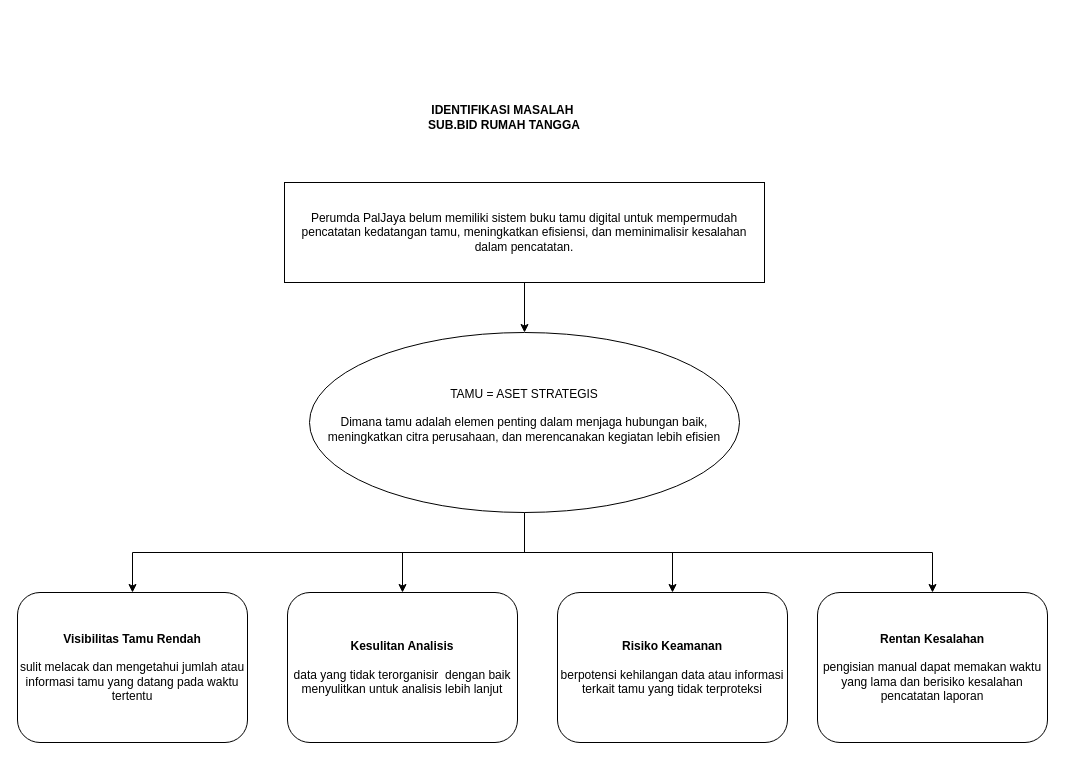
Above: page "iden-BTD" (3 of 4) of sisfo-rt.drawio in Fakhrezy/sistem-atk-paljaya (draw.io), before the change. Source tidied: cells renumbered, new cells numbered last; positions are measured from the earlier drawing's top-left corner, leaving out a move shared by most shapes. Both pictures are drawn from the tidied source at 100%, with x=0, y=0 at pixel (17, 102).
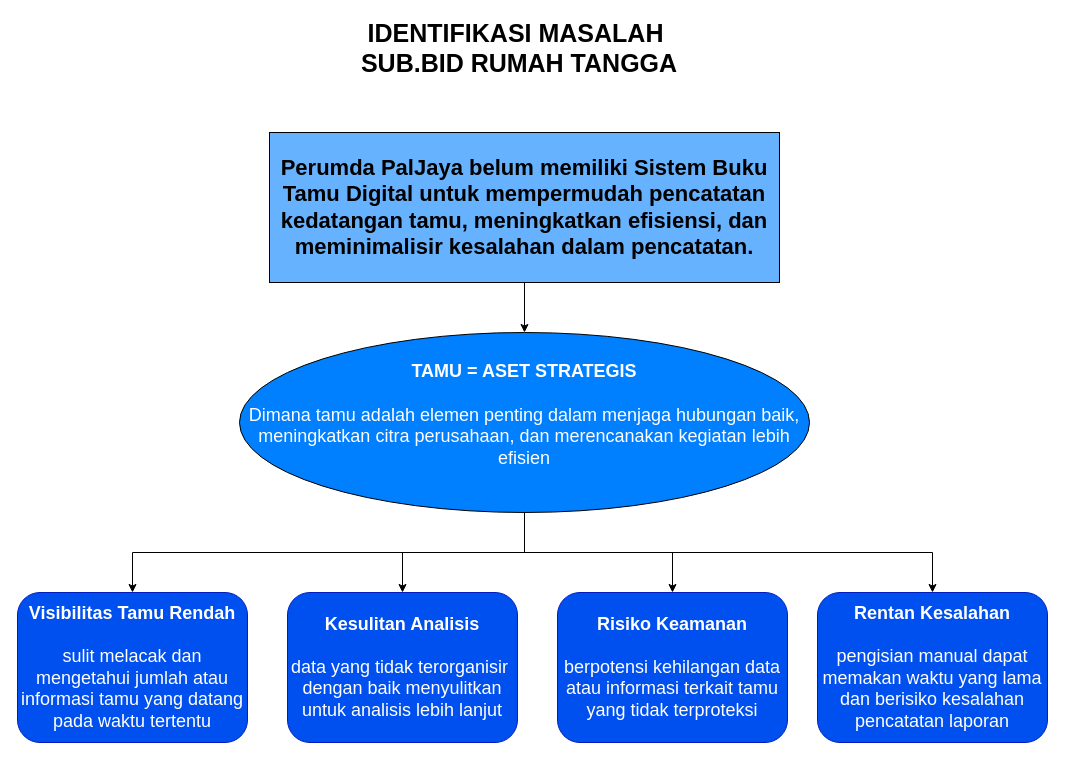
Above is the later version.

The edit, as a diff of the source:
```diff
@@
 <mxGraphModel>
   <root>
     <mxCell id="0" />
     <mxCell id="1" parent="0" />
     <mxCell id="2" style="edgeStyle=orthogonalEdgeStyle;rounded=0;jettySize=auto;html=1;exitX=0.5;exitY=1;exitDx=0;exitDy=0;" parent="1" edge="1" source="6" target="9">
       <mxGeometry relative="1" as="geometry" />
     </mxCell>
     <mxCell id="3" style="edgeStyle=orthogonalEdgeStyle;rounded=0;jettySize=auto;html=1;exitX=0.5;exitY=1;exitDx=0;exitDy=0;" parent="1" edge="1" source="6" target="10">
       <mxGeometry relative="1" as="geometry" />
     </mxCell>
     <mxCell id="4" style="edgeStyle=orthogonalEdgeStyle;rounded=0;jettySize=auto;html=1;exitX=0.5;exitY=1;exitDx=0;exitDy=0;" parent="1" edge="1" source="6" target="11">
       <mxGeometry relative="1" as="geometry" />
     </mxCell>
     <mxCell id="5" style="edgeStyle=orthogonalEdgeStyle;rounded=0;jettySize=auto;html=1;exitX=0.5;exitY=1;exitDx=0;exitDy=0;" parent="1" edge="1" source="6" target="12">
       <mxGeometry relative="1" as="geometry" />
     </mxCell>
-    <mxCell id="6" value="TAMU = ASET STRATEGIS&lt;div&gt;&lt;br&gt;&lt;/div&gt;&lt;div&gt;Dimana tamu adalah elemen penting dalam menjaga hubungan baik, meningkatkan citra perusahaan, dan merencanakan kegiatan lebih efisien&lt;/div&gt;&lt;div&gt;&lt;br&gt;&lt;/div&gt;" style="ellipse;whiteSpace=wrap;html=1;" parent="1" vertex="1">
-      <mxGeometry x="292" y="230" width="430" height="180" as="geometry" />
+    <mxCell id="6" value="&lt;font style=&quot;font-size: 18px; color: rgb(255, 255, 255);&quot;&gt;&lt;b&gt;TAMU = ASET STRATEGIS&lt;/b&gt;&lt;/font&gt;&lt;div&gt;&lt;font style=&quot;font-size: 18px; color: rgb(255, 255, 255);&quot;&gt;&lt;br&gt;&lt;/font&gt;&lt;/div&gt;&lt;div&gt;&lt;font style=&quot;font-size: 18px; color: rgb(255, 255, 255);&quot;&gt;Dimana tamu adalah elemen penting dalam menjaga hubungan baik, meningkatkan citra perusahaan, dan merencanakan kegiatan lebih efisien&lt;/font&gt;&lt;/div&gt;&lt;div&gt;&lt;br&gt;&lt;/div&gt;" style="ellipse;whiteSpace=wrap;html=1;fillColor=#007FFF;" parent="1" vertex="1">
+      <mxGeometry x="222" y="230" width="570" height="180" as="geometry" />
     </mxCell>
     <mxCell id="7" style="edgeStyle=orthogonalEdgeStyle;rounded=0;jettySize=auto;html=1;exitX=0.5;exitY=1;exitDx=0;exitDy=0;" parent="1" edge="1" source="8" target="6">
       <mxGeometry relative="1" as="geometry" />
     </mxCell>
-    <mxCell id="8" value="Perumda PalJaya belum memiliki sistem buku tamu digital untuk mempermudah pencatatan kedatangan tamu, meningkatkan efisiensi, dan meminimalisir kesalahan dalam pencatatan." style="rounded=0;whiteSpace=wrap;html=1;" parent="1" vertex="1">
-      <mxGeometry x="267" y="80" width="480" height="100" as="geometry" />
+    <mxCell id="8" value="&lt;font style=&quot;font-size: 22px;&quot;&gt;&lt;b&gt;Perumda PalJaya belum memiliki Sistem Buku Tamu Digital untuk mempermudah pencatatan kedatangan tamu, meningkatkan efisiensi, dan meminimalisir kesalahan dalam pencatatan.&lt;/b&gt;&lt;/font&gt;" style="rounded=0;whiteSpace=wrap;html=1;labelBackgroundColor=none;gradientColor=none;fillStyle=auto;fillColor=#66B2FF;" parent="1" vertex="1">
+      <mxGeometry x="252" y="30" width="510" height="150" as="geometry" />
     </mxCell>
-    <mxCell id="9" value="&lt;b&gt;Visibilitas Tamu Rendah&lt;/b&gt;&lt;div&gt;&lt;b&gt;&lt;br&gt;&lt;/b&gt;&lt;/div&gt;&lt;div&gt;sulit melacak dan mengetahui jumlah atau informasi tamu yang datang pada waktu tertentu&lt;/div&gt;" style="rounded=1;whiteSpace=wrap;html=1;" parent="1" vertex="1">
+    <mxCell id="9" value="&lt;b&gt;&lt;font style=&quot;font-size: 18px;&quot;&gt;Visibilitas Tamu Rendah&lt;/font&gt;&lt;/b&gt;&lt;div&gt;&lt;b&gt;&lt;font style=&quot;font-size: 18px;&quot;&gt;&lt;br&gt;&lt;/font&gt;&lt;/b&gt;&lt;/div&gt;&lt;div&gt;&lt;font style=&quot;font-size: 18px;&quot;&gt;sulit melacak dan mengetahui jumlah atau informasi tamu yang datang pada waktu tertentu&lt;/font&gt;&lt;/div&gt;" style="rounded=1;whiteSpace=wrap;html=1;fillColor=#0050ef;fontColor=#ffffff;strokeColor=#001DBC;" parent="1" vertex="1">
       <mxGeometry y="490" width="230" height="150" as="geometry" />
     </mxCell>
-    <mxCell id="10" value="&lt;div&gt;&lt;b&gt;Kesulitan Analisis&lt;/b&gt;&lt;/div&gt;&lt;div&gt;&lt;br&gt;&lt;/div&gt;&lt;div&gt;data yang tidak terorganisir&amp;nbsp; dengan baik menyulitkan untuk analisis lebih lanjut&lt;/div&gt;" style="rounded=1;whiteSpace=wrap;html=1;" parent="1" vertex="1">
+    <mxCell id="10" value="&lt;div&gt;&lt;b&gt;&lt;font style=&quot;font-size: 18px;&quot;&gt;Kesulitan Analisis&lt;/font&gt;&lt;/b&gt;&lt;/div&gt;&lt;div&gt;&lt;font style=&quot;font-size: 18px;&quot;&gt;&lt;br&gt;&lt;/font&gt;&lt;/div&gt;&lt;div&gt;&lt;font style=&quot;font-size: 18px;&quot;&gt;data yang tidak terorganisir&amp;nbsp; dengan baik menyulitkan untuk analisis lebih lanjut&lt;/font&gt;&lt;/div&gt;" style="rounded=1;whiteSpace=wrap;html=1;fillColor=#0050ef;fontColor=#ffffff;strokeColor=#001DBC;" parent="1" vertex="1">
       <mxGeometry x="270" y="490" width="230" height="150" as="geometry" />
     </mxCell>
-    <mxCell id="11" value="&lt;div&gt;&lt;b&gt;Risiko Keamanan&lt;/b&gt;&lt;/div&gt;&lt;div&gt;&lt;br&gt;&lt;/div&gt;&lt;div&gt;berpotensi kehilangan data atau informasi terkait tamu yang tidak terproteksi&lt;br&gt;&lt;/div&gt;" style="rounded=1;whiteSpace=wrap;html=1;" parent="1" vertex="1">
+    <mxCell id="11" value="&lt;div&gt;&lt;b&gt;&lt;font style=&quot;font-size: 18px;&quot;&gt;Risiko Keamanan&lt;/font&gt;&lt;/b&gt;&lt;/div&gt;&lt;div&gt;&lt;font style=&quot;font-size: 18px;&quot;&gt;&lt;br&gt;&lt;/font&gt;&lt;/div&gt;&lt;div&gt;&lt;font style=&quot;font-size: 18px;&quot;&gt;berpotensi kehilangan data atau informasi terkait tamu yang tidak terproteksi&lt;/font&gt;&lt;br&gt;&lt;/div&gt;" style="rounded=1;whiteSpace=wrap;html=1;fillColor=#0050ef;fontColor=#ffffff;strokeColor=#001DBC;" parent="1" vertex="1">
       <mxGeometry x="540" y="490" width="230" height="150" as="geometry" />
     </mxCell>
-    <mxCell id="12" value="&lt;div&gt;&lt;b&gt;Rentan Kesalahan&lt;/b&gt;&lt;/div&gt;&lt;div&gt;&lt;br&gt;&lt;/div&gt;&lt;div&gt;pengisian manual dapat memakan waktu yang lama dan berisiko kesalahan pencatatan laporan&lt;/div&gt;" style="rounded=1;whiteSpace=wrap;html=1;" parent="1" vertex="1">
+    <mxCell id="12" value="&lt;div&gt;&lt;b&gt;&lt;font style=&quot;font-size: 18px;&quot;&gt;Rentan Kesalahan&lt;/font&gt;&lt;/b&gt;&lt;/div&gt;&lt;div&gt;&lt;font style=&quot;font-size: 18px;&quot;&gt;&lt;br&gt;&lt;/font&gt;&lt;/div&gt;&lt;div&gt;&lt;font style=&quot;font-size: 18px;&quot;&gt;pengisian manual dapat memakan waktu yang lama dan berisiko kesalahan pencatatan laporan&lt;/font&gt;&lt;/div&gt;" style="rounded=1;whiteSpace=wrap;html=1;fillColor=#0050ef;fontColor=#ffffff;strokeColor=#001DBC;" parent="1" vertex="1">
       <mxGeometry x="800" y="490" width="230" height="150" as="geometry" />
     </mxCell>
-    <mxCell id="13" value="IDENTIFIKASI MASALAH&amp;nbsp;&lt;div&gt;SUB.BID RUMAH TANGGA&lt;/div&gt;" style="text;html=1;align=center;verticalAlign=middle;whiteSpace=wrap;rounded=0;fontStyle=1;" parent="1" vertex="1">
-      <mxGeometry x="267" width="440" height="30" as="geometry" />
+    <mxCell id="13" value="IDENTIFIKASI MASALAH&amp;nbsp;&lt;div&gt;SUB.BID RUMAH TANGGA&lt;/div&gt;" style="text;html=1;align=center;verticalAlign=middle;whiteSpace=wrap;rounded=0;fontStyle=1;fontSize=25;" parent="1" vertex="1">
+      <mxGeometry x="282" y="-70" width="440" height="30" as="geometry" />
     </mxCell>
   </root>
 </mxGraphModel>
```
